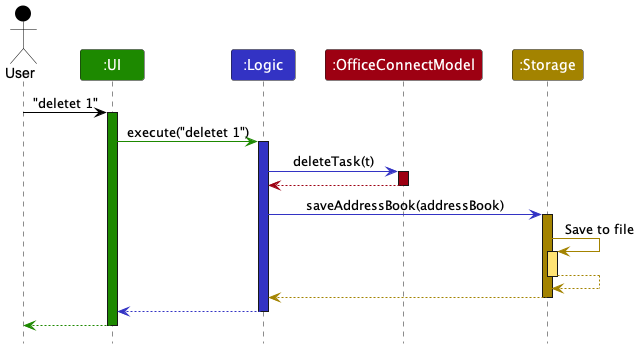
Above: docs/images/ArchitectureSequenceDiagramTwo.png in nus-cs2103-AY2223S2/tp (PlantUML), before the change.
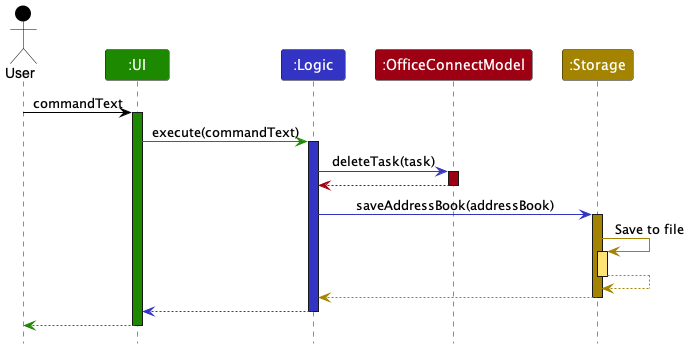
The same diagram one commit later.

The edit, as a diff of the source:
```diff
@@ -7,13 +7,13 @@
 Participant ":OfficeConnectModel" as model MODEL_COLOR
 Participant ":Storage" as storage STORAGE_COLOR
 
-user -[USER_COLOR]> ui : "deletet 1"
+user -[USER_COLOR]> ui : commandText
 activate ui UI_COLOR
 
-ui -[UI_COLOR]> logic : execute("deletet 1")
+ui -[UI_COLOR]> logic : execute(commandText)
 activate logic LOGIC_COLOR
 
-logic -[LOGIC_COLOR]> model : deleteTask(t)
+logic -[LOGIC_COLOR]> model : deleteTask(task)
 activate model MODEL_COLOR
 
 model -[MODEL_COLOR]-> logic
```
